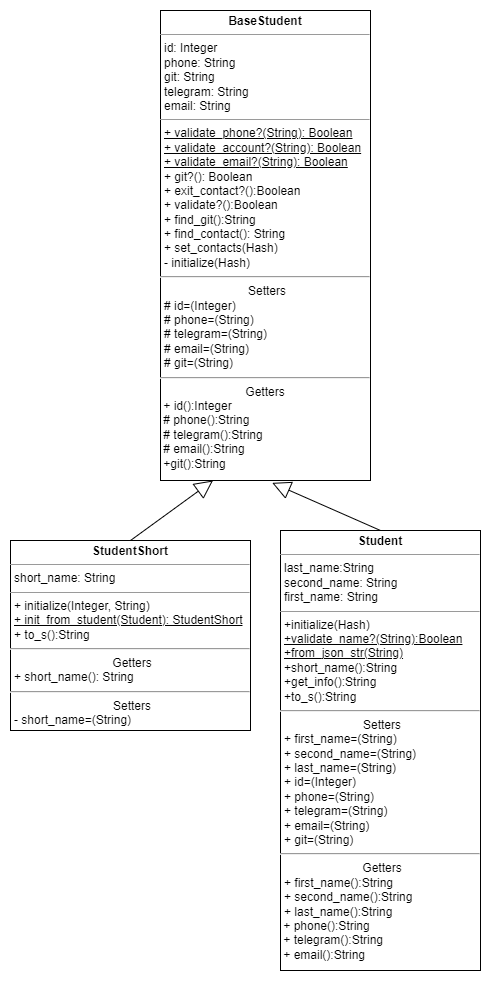
Above: lab2/diagrams/student_diagr.png in rmyau/pattern_labs (draw.io), before the change. Source tidied: cells renumbered, new cells last; positions are measured from the earlier drawing's top-left corner, leaving out a move shared by most shapes.
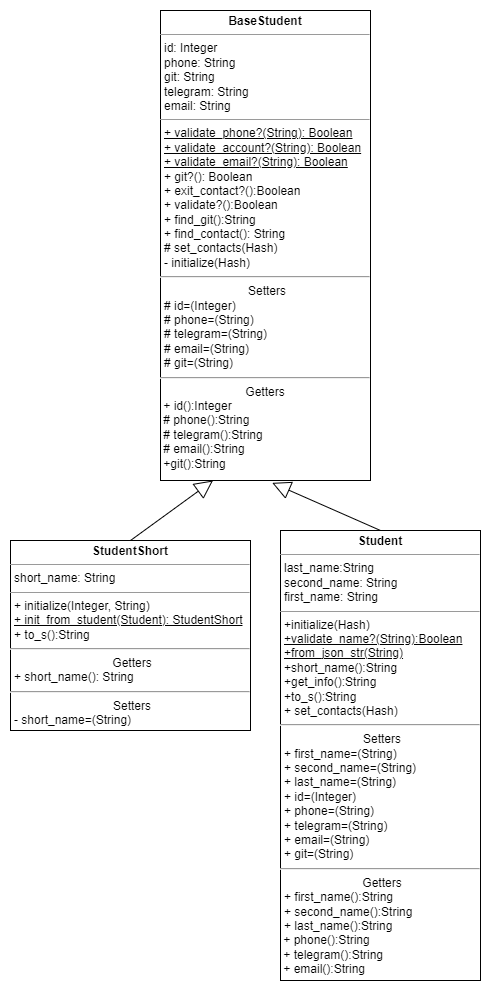
After the commit.

Commit message:
set_contacts теперь закрытый для StudentShort

Change to the diagram source:
```diff
@@ -2,11 +2,11 @@
   <root>
     <mxCell id="0" />
     <mxCell id="1" parent="0" />
-    <mxCell id="2" value="&lt;p style=&quot;margin:0px;margin-top:4px;text-align:center;&quot;&gt;&lt;b&gt;BaseStudent&lt;/b&gt;&lt;/p&gt;&lt;hr size=&quot;1&quot;&gt;&lt;p style=&quot;margin:0px;margin-left:4px;&quot;&gt;id: Integer&lt;/p&gt;&lt;p style=&quot;margin:0px;margin-left:4px;&quot;&gt;phone: String&lt;/p&gt;&lt;p style=&quot;margin:0px;margin-left:4px;&quot;&gt;git: String&lt;/p&gt;&lt;p style=&quot;margin:0px;margin-left:4px;&quot;&gt;telegram: String&lt;/p&gt;&lt;p style=&quot;margin:0px;margin-left:4px;&quot;&gt;email: String&lt;/p&gt;&lt;hr size=&quot;1&quot;&gt;&lt;p style=&quot;margin:0px;margin-left:4px;&quot;&gt;&lt;u&gt;+ validate_phone?(String): Boolean&lt;/u&gt;&lt;/p&gt;&lt;p style=&quot;margin:0px;margin-left:4px;&quot;&gt;&lt;u&gt;+ validate_account?(String): Boolean&lt;/u&gt;&lt;/p&gt;&lt;p style=&quot;margin:0px;margin-left:4px;&quot;&gt;&lt;u&gt;+ validate_email?(String): Boolean&lt;/u&gt;&lt;/p&gt;&lt;p style=&quot;margin:0px;margin-left:4px;&quot;&gt;+ git?(): Boolean&lt;/p&gt;&lt;p style=&quot;margin:0px;margin-left:4px;&quot;&gt;+ exit_contact?():Boolean&lt;/p&gt;&lt;p style=&quot;margin:0px;margin-left:4px;&quot;&gt;+ validate?():Boolean&lt;/p&gt;&lt;p style=&quot;margin:0px;margin-left:4px;&quot;&gt;+ find_git():String&lt;/p&gt;&lt;p style=&quot;margin:0px;margin-left:4px;&quot;&gt;+ find_contact(): String&lt;/p&gt;&lt;p style=&quot;margin:0px;margin-left:4px;&quot;&gt;+ set_contacts(Hash)&lt;/p&gt;&lt;p style=&quot;margin:0px;margin-left:4px;&quot;&gt;- initialize(Hash)&lt;/p&gt;&lt;hr&gt;&lt;p style=&quot;text-align: center; margin: 0px 0px 0px 4px;&quot;&gt;Setters&lt;/p&gt;&lt;p style=&quot;margin: 0px 0px 0px 4px;&quot;&gt;# id=(Integer)&lt;/p&gt;&lt;p style=&quot;margin: 0px 0px 0px 4px;&quot;&gt;# phone=(String)&lt;/p&gt;&lt;p style=&quot;margin: 0px 0px 0px 4px;&quot;&gt;# telegram=(String)&lt;/p&gt;&lt;p style=&quot;margin: 0px 0px 0px 4px;&quot;&gt;# email=(String)&lt;/p&gt;&lt;p style=&quot;margin: 0px 0px 0px 4px;&quot;&gt;# git=(String)&lt;/p&gt;&lt;hr&gt;&lt;div style=&quot;text-align: center;&quot;&gt;&lt;span style=&quot;background-color: initial;&quot;&gt;Getters&lt;/span&gt;&lt;/div&gt;&lt;div style=&quot;&quot;&gt;&lt;span style=&quot;background-color: initial;&quot;&gt;&amp;nbsp;+ id():Integer&lt;/span&gt;&lt;/div&gt;&lt;div style=&quot;&quot;&gt;&amp;nbsp;# phone():String&lt;/div&gt;&lt;div style=&quot;&quot;&gt;&amp;nbsp;# telegram():String&lt;/div&gt;&lt;div style=&quot;&quot;&gt;&amp;nbsp;# email():String&lt;/div&gt;&lt;div style=&quot;&quot;&gt;&amp;nbsp;+git():String&lt;/div&gt;&lt;div style=&quot;&quot;&gt;&lt;br&gt;&lt;/div&gt;&lt;div style=&quot;&quot;&gt;&lt;br&gt;&lt;/div&gt;&lt;div style=&quot;&quot;&gt;&lt;span style=&quot;background-color: initial;&quot;&gt;&lt;br&gt;&lt;/span&gt;&lt;/div&gt;" style="verticalAlign=top;align=left;overflow=fill;fontSize=12;fontFamily=Helvetica;html=1;whiteSpace=wrap;" parent="1" vertex="1">
+    <mxCell id="2" value="&lt;p style=&quot;margin:0px;margin-top:4px;text-align:center;&quot;&gt;&lt;b&gt;BaseStudent&lt;/b&gt;&lt;/p&gt;&lt;hr size=&quot;1&quot;&gt;&lt;p style=&quot;margin:0px;margin-left:4px;&quot;&gt;id: Integer&lt;/p&gt;&lt;p style=&quot;margin:0px;margin-left:4px;&quot;&gt;phone: String&lt;/p&gt;&lt;p style=&quot;margin:0px;margin-left:4px;&quot;&gt;git: String&lt;/p&gt;&lt;p style=&quot;margin:0px;margin-left:4px;&quot;&gt;telegram: String&lt;/p&gt;&lt;p style=&quot;margin:0px;margin-left:4px;&quot;&gt;email: String&lt;/p&gt;&lt;hr size=&quot;1&quot;&gt;&lt;p style=&quot;margin:0px;margin-left:4px;&quot;&gt;&lt;u&gt;+ validate_phone?(String): Boolean&lt;/u&gt;&lt;/p&gt;&lt;p style=&quot;margin:0px;margin-left:4px;&quot;&gt;&lt;u&gt;+ validate_account?(String): Boolean&lt;/u&gt;&lt;/p&gt;&lt;p style=&quot;margin:0px;margin-left:4px;&quot;&gt;&lt;u&gt;+ validate_email?(String): Boolean&lt;/u&gt;&lt;/p&gt;&lt;p style=&quot;margin:0px;margin-left:4px;&quot;&gt;+ git?(): Boolean&lt;/p&gt;&lt;p style=&quot;margin:0px;margin-left:4px;&quot;&gt;+ exit_contact?():Boolean&lt;/p&gt;&lt;p style=&quot;margin:0px;margin-left:4px;&quot;&gt;+ validate?():Boolean&lt;/p&gt;&lt;p style=&quot;margin:0px;margin-left:4px;&quot;&gt;+ find_git():String&lt;/p&gt;&lt;p style=&quot;margin:0px;margin-left:4px;&quot;&gt;+ find_contact(): String&lt;/p&gt;&lt;p style=&quot;margin:0px;margin-left:4px;&quot;&gt;# set_contacts(Hash)&lt;/p&gt;&lt;p style=&quot;margin:0px;margin-left:4px;&quot;&gt;- initialize(Hash)&lt;/p&gt;&lt;hr&gt;&lt;p style=&quot;text-align: center; margin: 0px 0px 0px 4px;&quot;&gt;Setters&lt;/p&gt;&lt;p style=&quot;margin: 0px 0px 0px 4px;&quot;&gt;# id=(Integer)&lt;/p&gt;&lt;p style=&quot;margin: 0px 0px 0px 4px;&quot;&gt;# phone=(String)&lt;/p&gt;&lt;p style=&quot;margin: 0px 0px 0px 4px;&quot;&gt;# telegram=(String)&lt;/p&gt;&lt;p style=&quot;margin: 0px 0px 0px 4px;&quot;&gt;# email=(String)&lt;/p&gt;&lt;p style=&quot;margin: 0px 0px 0px 4px;&quot;&gt;# git=(String)&lt;/p&gt;&lt;hr&gt;&lt;div style=&quot;text-align: center;&quot;&gt;&lt;span style=&quot;background-color: initial;&quot;&gt;Getters&lt;/span&gt;&lt;/div&gt;&lt;div style=&quot;&quot;&gt;&lt;span style=&quot;background-color: initial;&quot;&gt;&amp;nbsp;+ id():Integer&lt;/span&gt;&lt;/div&gt;&lt;div style=&quot;&quot;&gt;&amp;nbsp;# phone():String&lt;/div&gt;&lt;div style=&quot;&quot;&gt;&amp;nbsp;# telegram():String&lt;/div&gt;&lt;div style=&quot;&quot;&gt;&amp;nbsp;# email():String&lt;/div&gt;&lt;div style=&quot;&quot;&gt;&amp;nbsp;+git():String&lt;/div&gt;&lt;div style=&quot;&quot;&gt;&lt;br&gt;&lt;/div&gt;&lt;div style=&quot;&quot;&gt;&lt;br&gt;&lt;/div&gt;&lt;div style=&quot;&quot;&gt;&lt;span style=&quot;background-color: initial;&quot;&gt;&lt;br&gt;&lt;/span&gt;&lt;/div&gt;" style="verticalAlign=top;align=left;overflow=fill;fontSize=12;fontFamily=Helvetica;html=1;whiteSpace=wrap;" parent="1" vertex="1">
       <mxGeometry x="150" width="210" height="470" as="geometry" />
     </mxCell>
-    <mxCell id="3" value="&lt;p style=&quot;margin:0px;margin-top:4px;text-align:center;&quot;&gt;&lt;b&gt;Student&lt;/b&gt;&lt;/p&gt;&lt;hr size=&quot;1&quot;&gt;&lt;p style=&quot;margin:0px;margin-left:4px;&quot;&gt;last_name:String&lt;/p&gt;&lt;p style=&quot;margin:0px;margin-left:4px;&quot;&gt;second_name: String&lt;/p&gt;&lt;p style=&quot;margin:0px;margin-left:4px;&quot;&gt;first_name: String&lt;/p&gt;&lt;hr size=&quot;1&quot;&gt;&lt;p style=&quot;margin:0px;margin-left:4px;&quot;&gt;+initialize(Hash)&lt;/p&gt;&lt;p style=&quot;margin:0px;margin-left:4px;&quot;&gt;&lt;u&gt;+validate_name?(String):Boolean&lt;/u&gt;&lt;/p&gt;&lt;p style=&quot;margin:0px;margin-left:4px;&quot;&gt;&lt;u&gt;+from_json_str(String)&lt;/u&gt;&lt;/p&gt;&lt;p style=&quot;margin:0px;margin-left:4px;&quot;&gt;+short_name():String&lt;/p&gt;&lt;p style=&quot;margin:0px;margin-left:4px;&quot;&gt;+get_info():String&lt;/p&gt;&lt;p style=&quot;margin:0px;margin-left:4px;&quot;&gt;+to_s():String&lt;/p&gt;&lt;hr&gt;&lt;p style=&quot;text-align: center; margin: 0px 0px 0px 4px;&quot;&gt;Setters&lt;/p&gt;&lt;p style=&quot;margin:0px;margin-left:4px;&quot;&gt;+ first_name=(String)&lt;/p&gt;&lt;p style=&quot;margin:0px;margin-left:4px;&quot;&gt;+ second_name=(String)&lt;/p&gt;&lt;p style=&quot;margin:0px;margin-left:4px;&quot;&gt;+ last_name=(String)&lt;/p&gt;&lt;p style=&quot;border-color: var(--border-color); margin: 0px 0px 0px 4px;&quot;&gt;+ id=(Integer)&lt;/p&gt;&lt;p style=&quot;border-color: var(--border-color); margin: 0px 0px 0px 4px;&quot;&gt;+ phone=(String)&lt;/p&gt;&lt;p style=&quot;border-color: var(--border-color); margin: 0px 0px 0px 4px;&quot;&gt;+ telegram=(String)&lt;/p&gt;&lt;p style=&quot;border-color: var(--border-color); margin: 0px 0px 0px 4px;&quot;&gt;+ email=(String)&lt;/p&gt;&lt;p style=&quot;border-color: var(--border-color); margin: 0px 0px 0px 4px;&quot;&gt;+ git=(String)&lt;/p&gt;&lt;hr&gt;&lt;p style=&quot;text-align: center; margin: 0px 0px 0px 4px;&quot;&gt;Getters&lt;/p&gt;&lt;p style=&quot;margin:0px;margin-left:4px;&quot;&gt;+ first_name():String&lt;/p&gt;&lt;p style=&quot;margin:0px;margin-left:4px;&quot;&gt;+ second_name():String&lt;/p&gt;&lt;p style=&quot;margin:0px;margin-left:4px;&quot;&gt;+ last_name():String&lt;/p&gt;&lt;div style=&quot;border-color: var(--border-color);&quot;&gt;&amp;nbsp;+ phone():String&lt;/div&gt;&lt;div style=&quot;border-color: var(--border-color);&quot;&gt;&amp;nbsp;+ telegram():String&lt;/div&gt;&lt;div style=&quot;border-color: var(--border-color);&quot;&gt;&amp;nbsp;+ email():String&lt;/div&gt;&lt;p style=&quot;margin:0px;margin-left:4px;&quot;&gt;&lt;br&gt;&lt;/p&gt;" style="verticalAlign=top;align=left;overflow=fill;fontSize=12;fontFamily=Helvetica;html=1;whiteSpace=wrap;" parent="1" vertex="1">
-      <mxGeometry x="270" y="520" width="200" height="440" as="geometry" />
+    <mxCell id="3" value="&lt;p style=&quot;margin:0px;margin-top:4px;text-align:center;&quot;&gt;&lt;b&gt;Student&lt;/b&gt;&lt;/p&gt;&lt;hr size=&quot;1&quot;&gt;&lt;p style=&quot;margin:0px;margin-left:4px;&quot;&gt;last_name:String&lt;/p&gt;&lt;p style=&quot;margin:0px;margin-left:4px;&quot;&gt;second_name: String&lt;/p&gt;&lt;p style=&quot;margin:0px;margin-left:4px;&quot;&gt;first_name: String&lt;/p&gt;&lt;hr size=&quot;1&quot;&gt;&lt;p style=&quot;margin:0px;margin-left:4px;&quot;&gt;+initialize(Hash)&lt;/p&gt;&lt;p style=&quot;margin:0px;margin-left:4px;&quot;&gt;&lt;u&gt;+validate_name?(String):Boolean&lt;/u&gt;&lt;/p&gt;&lt;p style=&quot;margin:0px;margin-left:4px;&quot;&gt;&lt;u&gt;+from_json_str(String)&lt;/u&gt;&lt;/p&gt;&lt;p style=&quot;margin:0px;margin-left:4px;&quot;&gt;+short_name():String&lt;/p&gt;&lt;p style=&quot;margin:0px;margin-left:4px;&quot;&gt;+get_info():String&lt;/p&gt;&lt;p style=&quot;margin:0px;margin-left:4px;&quot;&gt;+to_s():String&lt;/p&gt;&lt;p style=&quot;margin:0px;margin-left:4px;&quot;&gt;+ set_contacts(Hash)&lt;br&gt;&lt;/p&gt;&lt;hr&gt;&lt;p style=&quot;text-align: center; margin: 0px 0px 0px 4px;&quot;&gt;Setters&lt;/p&gt;&lt;p style=&quot;margin:0px;margin-left:4px;&quot;&gt;+ first_name=(String)&lt;/p&gt;&lt;p style=&quot;margin:0px;margin-left:4px;&quot;&gt;+ second_name=(String)&lt;/p&gt;&lt;p style=&quot;margin:0px;margin-left:4px;&quot;&gt;+ last_name=(String)&lt;/p&gt;&lt;p style=&quot;border-color: var(--border-color); margin: 0px 0px 0px 4px;&quot;&gt;+ id=(Integer)&lt;/p&gt;&lt;p style=&quot;border-color: var(--border-color); margin: 0px 0px 0px 4px;&quot;&gt;+ phone=(String)&lt;/p&gt;&lt;p style=&quot;border-color: var(--border-color); margin: 0px 0px 0px 4px;&quot;&gt;+ telegram=(String)&lt;/p&gt;&lt;p style=&quot;border-color: var(--border-color); margin: 0px 0px 0px 4px;&quot;&gt;+ email=(String)&lt;/p&gt;&lt;p style=&quot;border-color: var(--border-color); margin: 0px 0px 0px 4px;&quot;&gt;+ git=(String)&lt;/p&gt;&lt;hr&gt;&lt;p style=&quot;text-align: center; margin: 0px 0px 0px 4px;&quot;&gt;Getters&lt;/p&gt;&lt;p style=&quot;margin:0px;margin-left:4px;&quot;&gt;+ first_name():String&lt;/p&gt;&lt;p style=&quot;margin:0px;margin-left:4px;&quot;&gt;+ second_name():String&lt;/p&gt;&lt;p style=&quot;margin:0px;margin-left:4px;&quot;&gt;+ last_name():String&lt;/p&gt;&lt;div style=&quot;border-color: var(--border-color);&quot;&gt;&amp;nbsp;+ phone():String&lt;/div&gt;&lt;div style=&quot;border-color: var(--border-color);&quot;&gt;&amp;nbsp;+ telegram():String&lt;/div&gt;&lt;div style=&quot;border-color: var(--border-color);&quot;&gt;&amp;nbsp;+ email():String&lt;/div&gt;&lt;p style=&quot;margin:0px;margin-left:4px;&quot;&gt;&lt;br&gt;&lt;/p&gt;" style="verticalAlign=top;align=left;overflow=fill;fontSize=12;fontFamily=Helvetica;html=1;whiteSpace=wrap;" parent="1" vertex="1">
+      <mxGeometry x="270" y="520" width="200" height="450" as="geometry" />
     </mxCell>
     <mxCell id="4" value="Extends" style="endArrow=block;endSize=16;endFill=0;html=1;rounded=0;entryX=0.532;entryY=1.005;entryDx=0;entryDy=0;entryPerimeter=0;textOpacity=0;exitX=0.5;exitY=0;exitDx=0;exitDy=0;" parent="1" edge="1" source="3" target="2">
       <mxGeometry x="0.07" y="-15" relative="1" as="geometry" />
```
